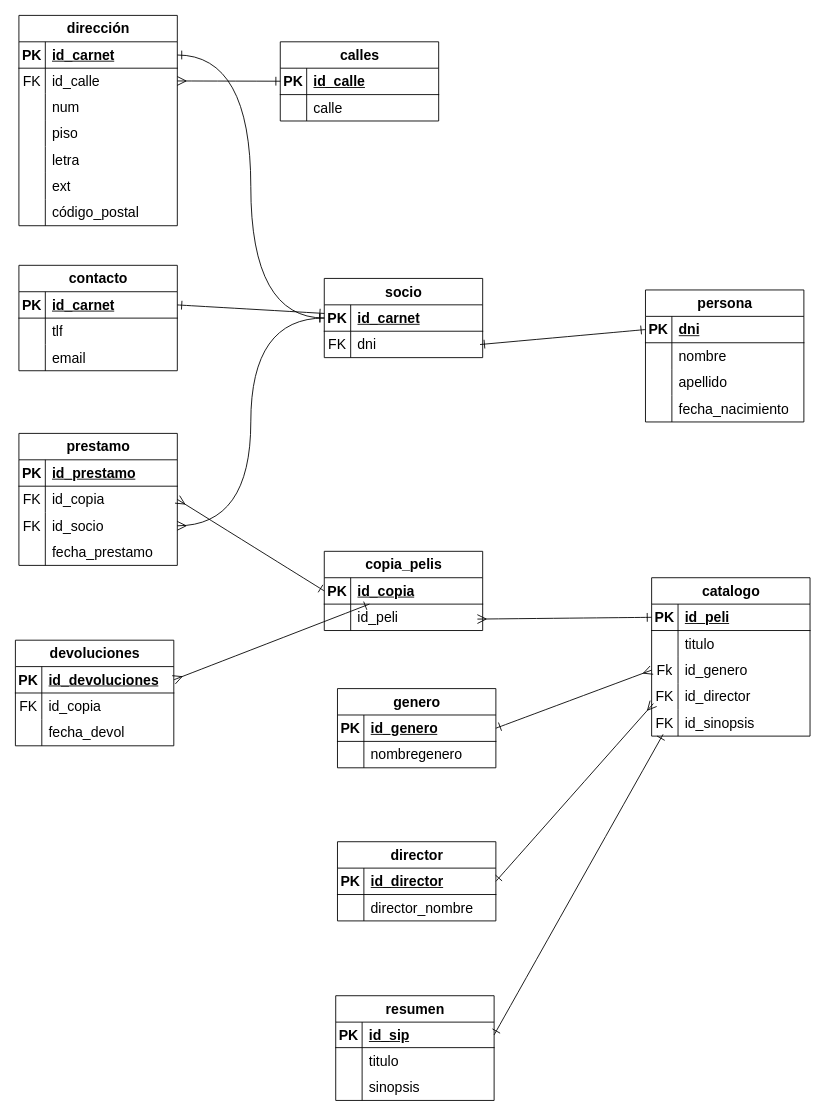
Before: Diagrama sin título.drawio in Albertors85/sql_videoclub, a draw.io diagram. Source tidied: cells renumbered, new cells numbered last; positions are measured from the earlier drawing's top-left corner, leaving out a move shared by most shapes. Both pictures are drawn from the tidied source at 88%, with x=0, y=0 at pixel (15, 15).
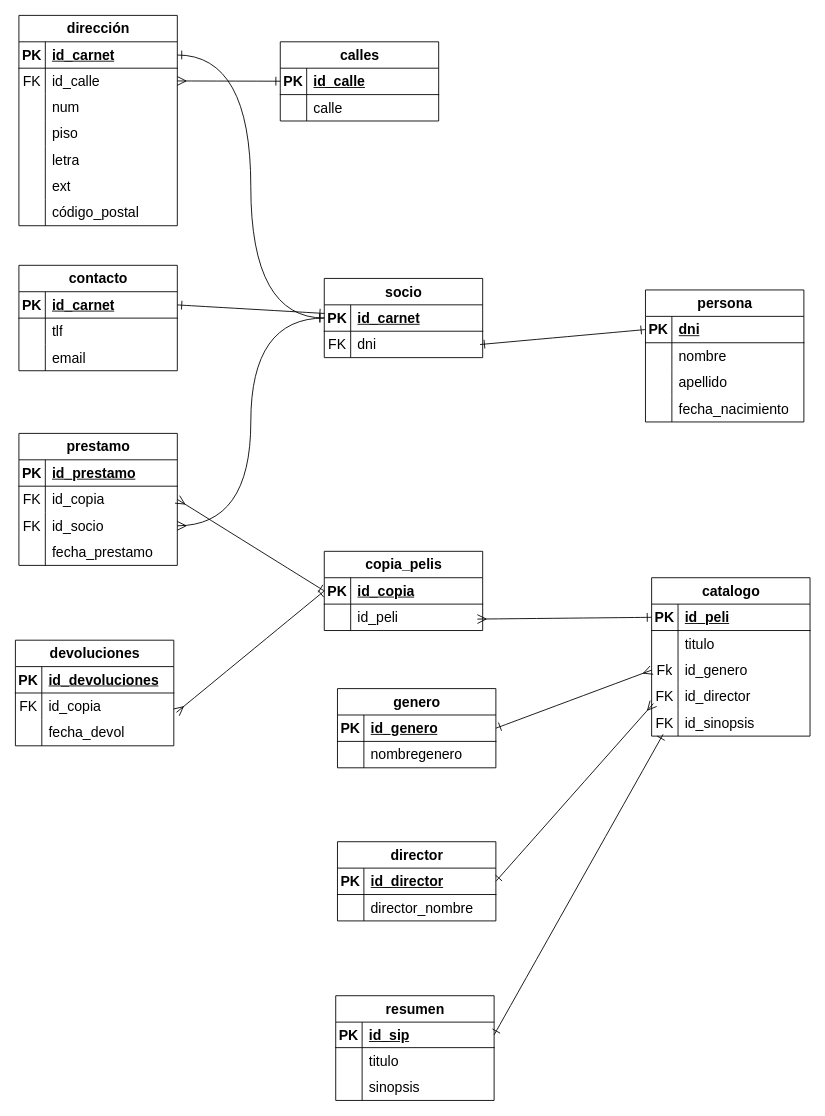
The same page after the edit.

The change refers to these unchanged cells:
```xml
<mxCell id="24" style="shape=tableRow;horizontal=0;startSize=0;swimlaneHead=0;swimlaneBody=0;fillColor=none;points=[[0,0.5],[1,0.5]];portConstraint=eastwest;top=0;left=0;right=0;bottom=1;fontSize=16;" parent="23" vertex="1">
  <mxGeometry y="30" width="180" height="30" as="geometry" />
</mxCell>
<mxCell id="48" style="shape=tableRow;horizontal=0;startSize=0;swimlaneHead=0;swimlaneBody=0;fillColor=none;points=[[0,0.5],[1,0.5]];portConstraint=eastwest;top=0;left=0;right=0;bottom=1;fontSize=16;" parent="47" vertex="1">
  <mxGeometry y="30" width="180" height="30" as="geometry" />
</mxCell>
<mxCell id="51" style="shape=tableRow;horizontal=0;startSize=0;swimlaneHead=0;swimlaneBody=0;fillColor=none;points=[[0,0.5],[1,0.5]];portConstraint=eastwest;top=0;left=0;right=0;bottom=0;fontSize=16;" parent="47" vertex="1">
  <mxGeometry y="60" width="180" height="30" as="geometry" />
</mxCell>
```

What changed in the source:
```diff
@@
-    <mxCell id="136" style="edgeStyle=none;curved=1;rounded=0;jettySize=auto;html=1;exitX=1;exitY=0.5;exitDx=0;exitDy=0;fontSize=12;startSize=8;endSize=8;endArrow=ERone;endFill=0;startArrow=ERmany;startFill=0;" parent="1" edge="1" source="48" target="24">
-      <mxGeometry relative="1" as="geometry" />
-    </mxCell>
@@
+    <mxCell id="142" style="edgeStyle=none;curved=1;rounded=0;jettySize=auto;html=1;exitX=0;exitY=0.5;exitDx=0;exitDy=0;entryX=1.017;entryY=0.733;entryDx=0;entryDy=0;entryPerimeter=0;fontSize=12;startSize=8;endSize=8;endArrow=ERmany;endFill=0;startArrow=ERone;startFill=0;" parent="1" edge="1" source="24" target="51">
+      <mxGeometry relative="1" as="geometry" />
+    </mxCell>
```
